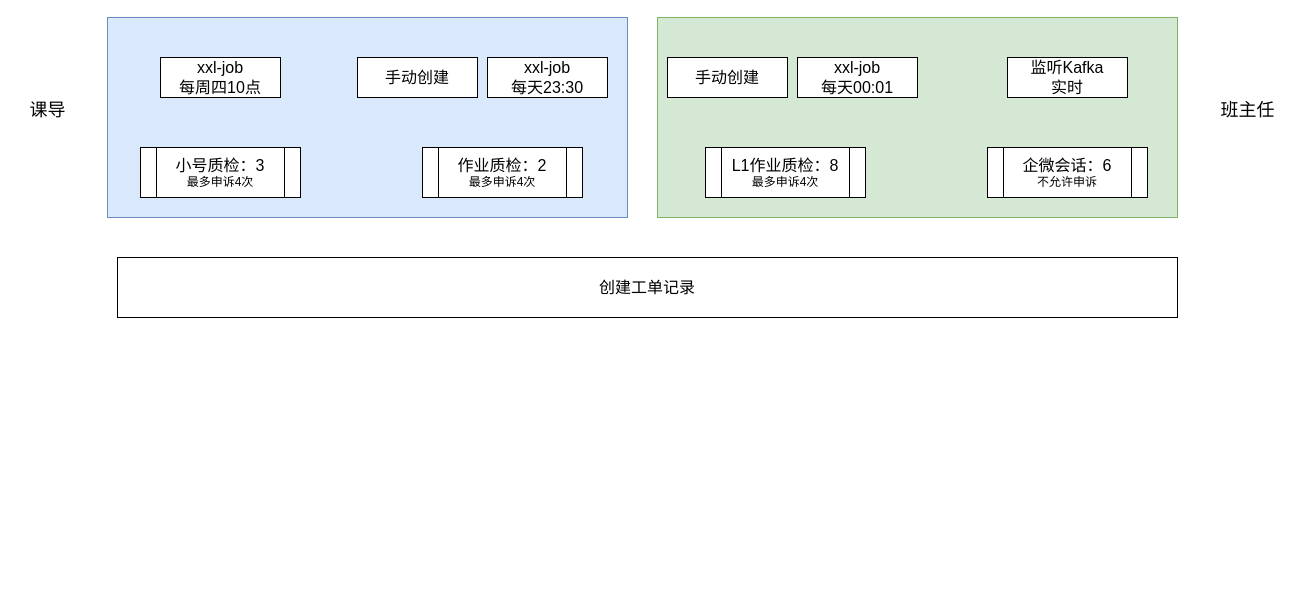
Above: 核桃-工单系统业务梳理.drawio in hongweilv-whu/flowCharts (draw.io), before the change. Source tidied: cells renumbered, new cells numbered last; positions are measured from the earlier drawing's top-left corner, leaving out a move shared by most shapes. Both pictures are drawn from the tidied source at 100%, with x=0, y=0 at pixel (17, 17).
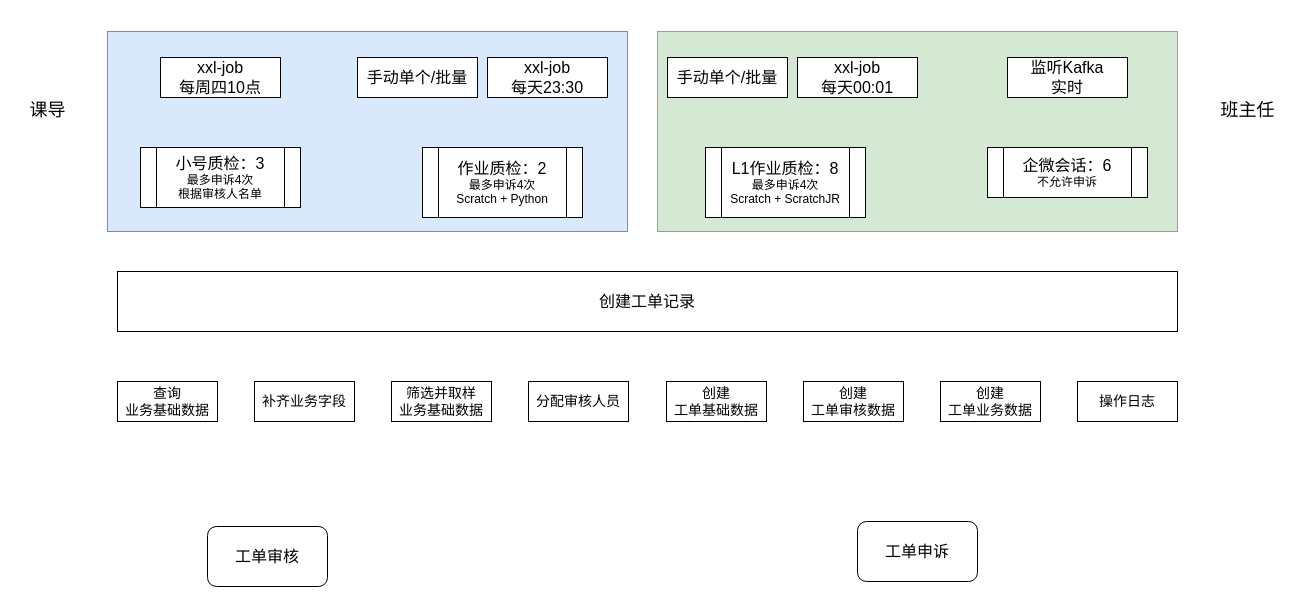
The same page after the edit.

Commit message:
更新核桃-工单系统业务梳理.drawio

Diff of the diagram source:
```diff
@@
     <mxCell id="2" style="rounded=0;whiteSpace=wrap;html=1;fillColor=#d5e8d4;strokeColor=#82b366;" parent="1" vertex="1">
-      <mxGeometry x="640" width="520" height="200" as="geometry" />
+      <mxGeometry x="640" y="14" width="520" height="200" as="geometry" />
     </mxCell>
     <mxCell id="3" style="rounded=0;whiteSpace=wrap;html=1;fillColor=#dae8fc;strokeColor=#6c8ebf;" parent="1" vertex="1">
-      <mxGeometry x="90" width="520" height="200" as="geometry" />
+      <mxGeometry x="90" y="14" width="520" height="200" as="geometry" />
     </mxCell>
-    <mxCell id="4" value="&lt;font style=&quot;&quot;&gt;&lt;span style=&quot;font-size: 16px;&quot;&gt;小号质检：3&lt;/span&gt;&lt;br&gt;&lt;font style=&quot;font-size: 12px;&quot;&gt;最多申诉4次&lt;/font&gt;&lt;br&gt;&lt;/font&gt;" style="shape=process;whiteSpace=wrap;html=1;backgroundOutline=1;" parent="1" vertex="1">
-      <mxGeometry x="123" y="130" width="160" height="50" as="geometry" />
+    <mxCell id="4" value="&lt;font style=&quot;&quot;&gt;&lt;span style=&quot;font-size: 16px;&quot;&gt;小号质检：3&lt;/span&gt;&lt;br&gt;&lt;font style=&quot;font-size: 12px;&quot;&gt;最多申诉4次&lt;br&gt;&lt;/font&gt;根据审核人名单&lt;br&gt;&lt;/font&gt;" style="shape=process;whiteSpace=wrap;html=1;backgroundOutline=1;" parent="1" vertex="1">
+      <mxGeometry x="123" y="130" width="160" height="60" as="geometry" />
     </mxCell>
-    <mxCell id="5" value="&lt;font style=&quot;&quot;&gt;&lt;span style=&quot;font-size: 16px;&quot;&gt;作业质检：2&lt;/span&gt;&lt;br&gt;&lt;font style=&quot;font-size: 12px;&quot;&gt;最多申诉4次&lt;/font&gt;&lt;br&gt;&lt;/font&gt;" style="shape=process;whiteSpace=wrap;html=1;backgroundOutline=1;" parent="1" vertex="1">
-      <mxGeometry x="405" y="130" width="160" height="50" as="geometry" />
+    <mxCell id="5" value="&lt;font style=&quot;&quot;&gt;&lt;span style=&quot;font-size: 16px;&quot;&gt;作业质检：2&lt;/span&gt;&lt;br&gt;&lt;font style=&quot;font-size: 12px;&quot;&gt;最多申诉4次&lt;br&gt;&lt;/font&gt;Scratch + Python&lt;br&gt;&lt;/font&gt;" style="shape=process;whiteSpace=wrap;html=1;backgroundOutline=1;" parent="1" vertex="1">
+      <mxGeometry x="405" y="130" width="160" height="70" as="geometry" />
     </mxCell>
-    <mxCell id="6" value="&lt;font style=&quot;&quot;&gt;&lt;span style=&quot;font-size: 16px;&quot;&gt;L1作业质检：8&lt;/span&gt;&lt;br&gt;&lt;font style=&quot;font-size: 12px;&quot;&gt;最多申诉4次&lt;/font&gt;&lt;br&gt;&lt;/font&gt;" style="shape=process;whiteSpace=wrap;html=1;backgroundOutline=1;" parent="1" vertex="1">
-      <mxGeometry x="688" y="130" width="160" height="50" as="geometry" />
+    <mxCell id="6" value="&lt;font style=&quot;&quot;&gt;&lt;span style=&quot;font-size: 16px;&quot;&gt;L1作业质检：8&lt;/span&gt;&lt;br&gt;&lt;font style=&quot;font-size: 12px;&quot;&gt;最多申诉4次&lt;br&gt;&lt;/font&gt;Scratch + ScratchJR&lt;br&gt;&lt;/font&gt;" style="shape=process;whiteSpace=wrap;html=1;backgroundOutline=1;" parent="1" vertex="1">
+      <mxGeometry x="688" y="130" width="160" height="70" as="geometry" />
     </mxCell>
@@
     <mxCell id="14" value="&lt;span style=&quot;font-size: 16px;&quot;&gt;创建工单记录&lt;/span&gt;" style="rounded=0;whiteSpace=wrap;html=1;" parent="1" vertex="1">
-      <mxGeometry x="100" y="240" width="1060" height="60" as="geometry" />
+      <mxGeometry x="100" y="254" width="1060" height="60" as="geometry" />
     </mxCell>
-    <mxCell id="15" value="&lt;span style=&quot;font-size: 16px;&quot;&gt;手动创建&lt;/span&gt;" style="rounded=0;whiteSpace=wrap;html=1;" parent="1" vertex="1">
+    <mxCell id="15" value="&lt;font style=&quot;font-size: 16px;&quot;&gt;手动单个/批量&lt;/font&gt;" style="rounded=0;whiteSpace=wrap;html=1;" parent="1" vertex="1">
       <mxGeometry x="340" y="40" width="120" height="40" as="geometry" />
     </mxCell>
-    <mxCell id="16" value="&lt;span style=&quot;font-size: 16px;&quot;&gt;手动创建&lt;/span&gt;" style="rounded=0;whiteSpace=wrap;html=1;" parent="1" vertex="1">
+    <mxCell id="16" value="&lt;span style=&quot;font-size: 16px;&quot;&gt;手动单个/批量&lt;/span&gt;" style="rounded=0;whiteSpace=wrap;html=1;" parent="1" vertex="1">
       <mxGeometry x="650" y="40" width="120" height="40" as="geometry" />
     </mxCell>
+    <mxCell id="17" value="&lt;font style=&quot;font-size: 14px;&quot;&gt;查询&lt;br&gt;业务基础数据&lt;/font&gt;" style="rounded=0;whiteSpace=wrap;html=1;" parent="1" vertex="1">
+      <mxGeometry x="100" y="364" width="100" height="40" as="geometry" />
+    </mxCell>
+    <mxCell id="18" value="&lt;font style=&quot;font-size: 14px;&quot;&gt;补齐业务字段&lt;/font&gt;" style="rounded=0;whiteSpace=wrap;html=1;" parent="1" vertex="1">
+      <mxGeometry x="237" y="364" width="100" height="40" as="geometry" />
+    </mxCell>
+    <mxCell id="19" value="&lt;font style=&quot;font-size: 14px;&quot;&gt;筛选并取样&lt;br&gt;业务基础数据&lt;/font&gt;" style="rounded=0;whiteSpace=wrap;html=1;" parent="1" vertex="1">
+      <mxGeometry x="374" y="364" width="100" height="40" as="geometry" />
+    </mxCell>
+    <mxCell id="20" value="&lt;span style=&quot;font-size: 14px;&quot;&gt;分配审核人员&lt;/span&gt;" style="rounded=0;whiteSpace=wrap;html=1;" parent="1" vertex="1">
+      <mxGeometry x="511" y="364" width="100" height="40" as="geometry" />
+    </mxCell>
+    <mxCell id="21" value="&lt;span style=&quot;font-size: 14px;&quot;&gt;创建&lt;br&gt;工单基础数据&lt;/span&gt;" style="rounded=0;whiteSpace=wrap;html=1;" parent="1" vertex="1">
+      <mxGeometry x="649" y="364" width="100" height="40" as="geometry" />
+    </mxCell>
+    <mxCell id="22" value="&lt;span style=&quot;font-size: 14px;&quot;&gt;创建&lt;br&gt;工单审核数据&lt;/span&gt;" style="rounded=0;whiteSpace=wrap;html=1;" parent="1" vertex="1">
+      <mxGeometry x="786" y="364" width="100" height="40" as="geometry" />
+    </mxCell>
+    <mxCell id="23" value="&lt;span style=&quot;font-size: 14px;&quot;&gt;创建&lt;br&gt;工单业务数据&lt;/span&gt;" style="rounded=0;whiteSpace=wrap;html=1;" parent="1" vertex="1">
+      <mxGeometry x="923" y="364" width="100" height="40" as="geometry" />
+    </mxCell>
+    <mxCell id="24" value="&lt;span style=&quot;font-size: 14px;&quot;&gt;操作日志&lt;/span&gt;" style="rounded=0;whiteSpace=wrap;html=1;" parent="1" vertex="1">
+      <mxGeometry x="1060" y="364" width="100" height="40" as="geometry" />
+    </mxCell>
+    <mxCell id="25" value="&lt;font style=&quot;font-size: 16px;&quot;&gt;工单审核&lt;/font&gt;" style="rounded=1;whiteSpace=wrap;html=1;" parent="1" vertex="1">
+      <mxGeometry x="190" y="509" width="120" height="60" as="geometry" />
+    </mxCell>
+    <mxCell id="26" value="&lt;font style=&quot;font-size: 16px;&quot;&gt;工单申诉&lt;/font&gt;" style="rounded=1;whiteSpace=wrap;html=1;" parent="1" vertex="1">
+      <mxGeometry x="840" y="504" width="120" height="60" as="geometry" />
+    </mxCell>
```
